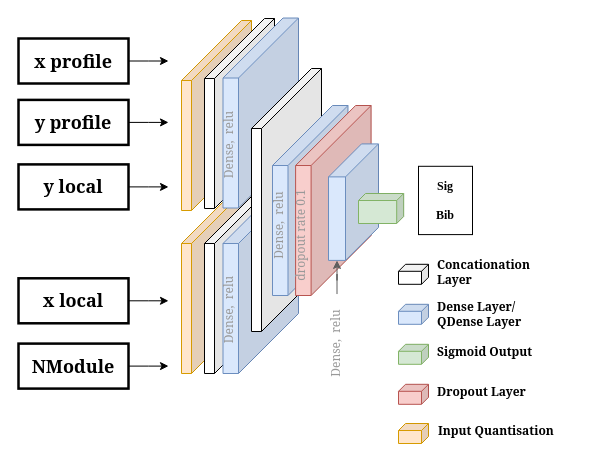
Before: paperPlots/EricPlots/Model2.drawio in elizahoward/Muon_Collider_Smart_Pixels, a draw.io diagram. Source tidied: cells renumbered, new cells numbered last; positions are measured from the earlier drawing's top-left corner, leaving out a move shared by most shapes. Both pictures are drawn from the tidied source at 100%, with x=0, y=0 at pixel (18, 18).
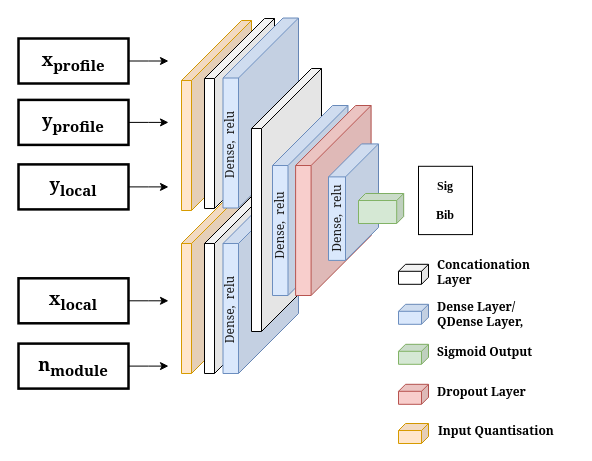
After the change.

The change refers to these unchanged cells:
```xml
<mxCell id="32" style="shape=cube;whiteSpace=wrap;html=1;boundedLbl=1;backgroundOutline=1;darkOpacity=0.05;darkOpacity2=0.1;size=33;direction=east;flipH=1;fontFamily=Georgia;shadow=0;fillColor=#dae8fc;strokeColor=#6c8ebf;" parent="1" vertex="1">
  <mxGeometry x="310" y="125.4" width="50" height="116.5" as="geometry" />
</mxCell>
```

Diff of the diagram source:
```diff
@@
-    <mxCell id="7" value="&lt;b style=&quot;font-family: Georgia; font-size: 18px; text-wrap-mode: nowrap;&quot;&gt;x profile&lt;/b&gt;" style="rounded=0;whiteSpace=wrap;html=1;strokeWidth=2.5;" parent="1" vertex="1">
+    <mxCell id="7" value="&lt;b style=&quot;font-family: Georgia; font-size: 18px; text-wrap-mode: nowrap;&quot;&gt;x&lt;sub&gt;profile&lt;/sub&gt;&lt;/b&gt;" style="rounded=0;whiteSpace=wrap;html=1;strokeWidth=2.5;" parent="1" vertex="1">
       <mxGeometry y="20" width="110" height="45" as="geometry" />
     </mxCell>
@@
-    <mxCell id="9" value="&lt;font face=&quot;Georgia&quot;&gt;&lt;span style=&quot;font-size: 18px; text-wrap-mode: nowrap;&quot;&gt;&lt;b&gt;x local&lt;/b&gt;&lt;/span&gt;&lt;/font&gt;" style="rounded=0;whiteSpace=wrap;html=1;strokeWidth=2.5;" parent="1" vertex="1">
+    <mxCell id="9" value="&lt;font face=&quot;Georgia&quot;&gt;&lt;span style=&quot;font-size: 18px; text-wrap-mode: nowrap;&quot;&gt;&lt;b&gt;x&lt;sub&gt;local&lt;/sub&gt;&lt;/b&gt;&lt;/span&gt;&lt;/font&gt;" style="rounded=0;whiteSpace=wrap;html=1;strokeWidth=2.5;" parent="1" vertex="1">
       <mxGeometry y="259.8" width="110" height="45" as="geometry" />
     </mxCell>
@@
-    <mxCell id="11" value="&lt;font face=&quot;Georgia&quot;&gt;&lt;span style=&quot;font-size: 18px; text-wrap-mode: nowrap;&quot;&gt;&lt;b&gt;y profile&lt;/b&gt;&lt;/span&gt;&lt;/font&gt;" style="rounded=0;whiteSpace=wrap;html=1;strokeWidth=2.5;" parent="1" vertex="1">
+    <mxCell id="11" value="&lt;font face=&quot;Georgia&quot;&gt;&lt;span style=&quot;font-size: 18px; text-wrap-mode: nowrap;&quot;&gt;&lt;b&gt;y&lt;sub&gt;profile&lt;/sub&gt;&lt;/b&gt;&lt;/span&gt;&lt;/font&gt;" style="rounded=0;whiteSpace=wrap;html=1;strokeWidth=2.5;" parent="1" vertex="1">
       <mxGeometry y="81.4" width="110" height="45" as="geometry" />
     </mxCell>
@@
-    <mxCell id="13" value="&lt;font face=&quot;Georgia&quot;&gt;&lt;span style=&quot;font-size: 18px; text-wrap-mode: nowrap;&quot;&gt;&lt;b&gt;y local&lt;/b&gt;&lt;/span&gt;&lt;/font&gt;" style="rounded=0;whiteSpace=wrap;html=1;strokeWidth=2.5;" parent="1" vertex="1">
+    <mxCell id="13" value="&lt;font face=&quot;Georgia&quot;&gt;&lt;span style=&quot;font-size: 18px; text-wrap-mode: nowrap;&quot;&gt;&lt;b&gt;y&lt;sub&gt;local&lt;/sub&gt;&lt;/b&gt;&lt;/span&gt;&lt;/font&gt;" style="rounded=0;whiteSpace=wrap;html=1;strokeWidth=2.5;" parent="1" vertex="1">
       <mxGeometry y="145.9" width="110" height="45" as="geometry" />
     </mxCell>
@@
-    <mxCell id="15" value="Dense,&amp;nbsp; relu" style="text;html=1;strokeColor=none;fillColor=none;align=center;verticalAlign=middle;whiteSpace=wrap;rounded=0;fontFamily=Georgia;rotation=-90;fontColor=#999999;" parent="1" vertex="1">
-      <mxGeometry x="161.5" y="112" width="99" height="29.9" as="geometry" />
+    <mxCell id="15" value="Dense,&amp;nbsp; relu" style="text;html=1;strokeColor=none;fillColor=none;align=center;verticalAlign=middle;whiteSpace=wrap;rounded=0;fontFamily=Georgia;rotation=-90;fontColor=#1A1A1A;" parent="1" vertex="1">
+      <mxGeometry x="162.5" y="112" width="99" height="29.9" as="geometry" />
     </mxCell>
@@
-    <mxCell id="17" value="Dense,&amp;nbsp; relu" style="text;html=1;strokeColor=none;fillColor=none;align=center;verticalAlign=middle;whiteSpace=wrap;rounded=0;fontFamily=Georgia;rotation=-90;fontColor=#999999;" parent="1" vertex="1">
-      <mxGeometry x="161.5" y="277" width="99" height="29.9" as="geometry" />
+    <mxCell id="17" value="Dense,&amp;nbsp; relu" style="text;html=1;strokeColor=none;fillColor=none;align=center;verticalAlign=middle;whiteSpace=wrap;rounded=0;fontFamily=Georgia;rotation=-90;fontColor=#1A1A1A;" parent="1" vertex="1">
+      <mxGeometry x="162.5" y="277" width="99" height="29.9" as="geometry" />
     </mxCell>
@@
-    <mxCell id="20" value="Dense,&amp;nbsp; relu" style="text;html=1;strokeColor=none;fillColor=none;align=center;verticalAlign=middle;whiteSpace=wrap;rounded=0;fontFamily=Georgia;rotation=-90;fontColor=#999999;" parent="1" vertex="1">
-      <mxGeometry x="211" y="192" width="99" height="29.9" as="geometry" />
+    <mxCell id="20" value="Dense,&amp;nbsp; relu" style="text;html=1;strokeColor=none;fillColor=none;align=center;verticalAlign=middle;whiteSpace=wrap;rounded=0;fontFamily=Georgia;rotation=-90;fontColor=#1A1A1A;" parent="1" vertex="1">
+      <mxGeometry x="212" y="192" width="99" height="29.9" as="geometry" />
     </mxCell>
@@
-    <mxCell id="22" value="dropout rate 0.1" style="text;html=1;strokeColor=none;fillColor=none;align=center;verticalAlign=middle;whiteSpace=wrap;rounded=0;fontFamily=Georgia;rotation=-90;fontColor=#999999;" parent="1" vertex="1">
-      <mxGeometry x="234" y="202.1" width="99" height="29.9" as="geometry" />
-    </mxCell>
@@
-    <mxCell id="26" value="Dense Layer/&lt;div&gt;QDense Layer&lt;/div&gt;" style="text;html=1;strokeColor=none;fillColor=none;align=left;verticalAlign=middle;whiteSpace=wrap;rounded=0;fontStyle=1;fontFamily=Georgia;" parent="1" vertex="1">
+    <mxCell id="26" value="Dense Layer/&lt;div&gt;QDense Layer,&lt;/div&gt;" style="text;html=1;strokeColor=none;fillColor=none;align=left;verticalAlign=middle;whiteSpace=wrap;rounded=0;fontStyle=1;fontFamily=Georgia;" parent="1" vertex="1">
       <mxGeometry x="417" y="283.9" width="138" height="23.9" as="geometry" />
     </mxCell>
@@
-    <mxCell id="33" style="group;" parent="1" vertex="1">
-      <mxGeometry x="304.6" y="250.8" width="55.4" height="151.1" as="geometry" />
-    </mxCell>
-    <mxCell id="34" value="Dense,&amp;nbsp; relu" style="text;html=1;strokeColor=none;fillColor=none;align=center;verticalAlign=middle;whiteSpace=wrap;rounded=0;fontFamily=Georgia;rotation=-90;fontColor=#999999;" parent="33" vertex="1">
-      <mxGeometry x="-35.6" y="59.3" width="99" height="29.9" as="geometry" />
-    </mxCell>
-    <mxCell id="35" style="edgeStyle=orthogonalEdgeStyle;rounded=0;jettySize=auto;html=1;entryX=0;entryY=0;entryDx=41.5;entryDy=116.5;entryPerimeter=0;strokeColor=light-dark(#5e5e5e, #9b9b9b);" parent="1" edge="1" source="34" target="32">
-      <mxGeometry relative="1" as="geometry" />
-    </mxCell>
@@
-    <mxCell id="38" value="&lt;font face=&quot;Georgia&quot;&gt;&lt;span style=&quot;font-size: 18px; text-wrap-mode: nowrap;&quot;&gt;&lt;b&gt;NModule&lt;/b&gt;&lt;/span&gt;&lt;/font&gt;" style="rounded=0;whiteSpace=wrap;html=1;strokeWidth=2.5;" parent="1" vertex="1">
+    <mxCell id="38" value="&lt;font face=&quot;Georgia&quot;&gt;&lt;span style=&quot;font-size: 18px; text-wrap-mode: nowrap;&quot;&gt;&lt;b&gt;n&lt;sub&gt;module&lt;/sub&gt;&lt;/b&gt;&lt;/span&gt;&lt;/font&gt;" style="rounded=0;whiteSpace=wrap;html=1;strokeWidth=2.5;" parent="1" vertex="1">
       <mxGeometry y="325.1" width="110" height="45" as="geometry" />
     </mxCell>
@@
+    <mxCell id="34" value="Dense,&amp;nbsp; relu" style="text;html=1;strokeColor=none;fillColor=none;align=center;verticalAlign=middle;whiteSpace=wrap;rounded=0;fontFamily=Georgia;rotation=-90;fontColor=#1A1A1A;" parent="1" vertex="1">
+      <mxGeometry x="269" y="185" width="99" height="29.9" as="geometry" />
+    </mxCell>
```
